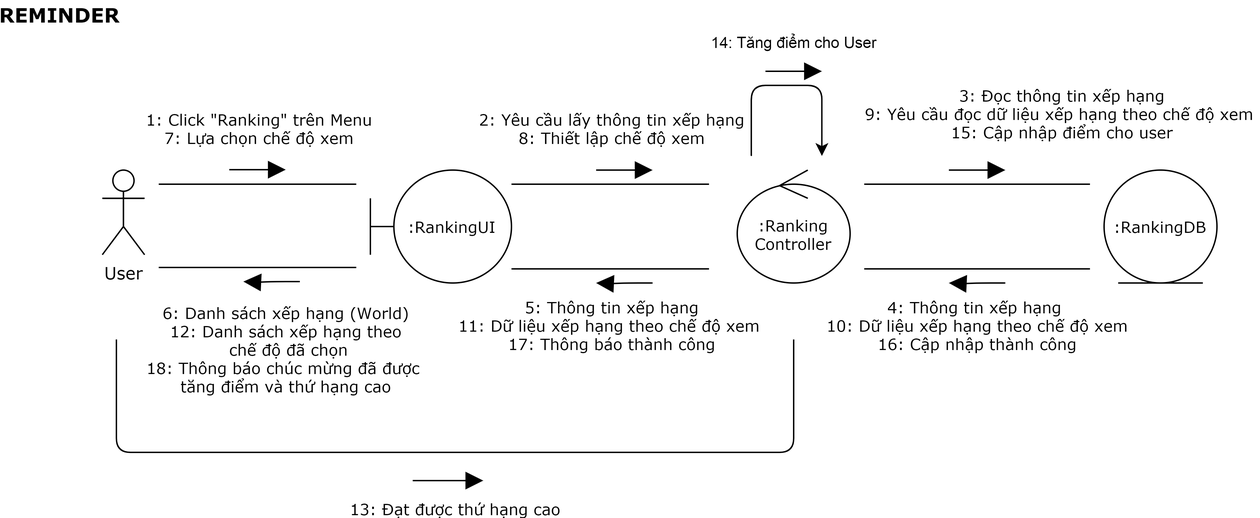
Earlier version of the draw.io export ToDoApp-Doc/Document/Diagram/Collaboration Diagram/Ranking/RankingCollaborationDiagram.png (Merevoli-DatLuu/To-Do-App). Source tidied: cells renumbered, new cells last; positions are measured from the earlier drawing's top-left corner, leaving out a move shared by most shapes. The source it was exported from:
```xml
<mxGraphModel>
  <root>
    <mxCell id="0" />
    <mxCell id="1" parent="0" />
    <mxCell id="2" value="User" style="shape=umlActor;verticalLabelPosition=bottom;verticalAlign=top;html=1;fontFamily=Verdana;" parent="1" vertex="1">
      <mxGeometry x="50" y="120" width="30" height="60" as="geometry" />
    </mxCell>
    <mxCell id="3" value=":Ranking&lt;br&gt;Controller" style="ellipse;shape=umlControl;whiteSpace=wrap;html=1;fontFamily=Verdana;fontSize=11;" parent="1" vertex="1">
      <mxGeometry x="500" y="120" width="80" height="80" as="geometry" />
    </mxCell>
    <mxCell id="4" value=":RankingUI" style="shape=umlBoundary;whiteSpace=wrap;html=1;fontFamily=Verdana;fontSize=11;" parent="1" vertex="1">
      <mxGeometry x="240" y="120" width="100" height="80" as="geometry" />
    </mxCell>
    <mxCell id="5" value="&lt;div&gt;1: Click &quot;Ranking&quot; trên Menu&lt;/div&gt;&lt;div&gt;7: Lựa chọn chế độ xem&lt;/div&gt;" style="endArrow=none;html=1;fontFamily=Verdana;fontSize=11;" parent="1" edge="1">
      <mxGeometry y="40" relative="1" as="geometry">
        <mxPoint x="90" y="130" as="sourcePoint" />
        <mxPoint x="230" y="130" as="targetPoint" />
      </mxGeometry>
    </mxCell>
    <mxCell id="6" style="endArrow=block;html=1;fontFamily=Verdana;fontSize=11;horizontal=1;verticalAlign=middle;endFill=1;jumpSize=9;rounded=1;startSize=10;endSize=10;" parent="1" edge="1">
      <mxGeometry relative="1" as="geometry">
        <mxPoint x="140" y="119.7" as="sourcePoint" />
        <mxPoint x="180" y="119.7" as="targetPoint" />
      </mxGeometry>
    </mxCell>
    <mxCell id="7" style="endArrow=block;html=1;fontFamily=Verdana;fontSize=11;horizontal=1;verticalAlign=middle;endFill=1;jumpSize=9;rounded=1;startSize=10;endSize=10;" parent="1" edge="1">
      <mxGeometry relative="1" as="geometry">
        <mxPoint x="270" y="340" as="sourcePoint" />
        <mxPoint x="320" y="340" as="targetPoint" />
        <Array as="points">
          <mxPoint x="290" y="340" />
        </Array>
      </mxGeometry>
    </mxCell>
    <mxCell id="8" value="&lt;div&gt;2: Yêu cầu lấy thông tin xếp hạng&lt;/div&gt;&lt;div&gt;8: Thiết lập chế độ xem&lt;/div&gt;" style="endArrow=none;html=1;fontFamily=Verdana;fontSize=11;" parent="1" edge="1">
      <mxGeometry y="40" relative="1" as="geometry">
        <mxPoint x="340" y="130" as="sourcePoint" />
        <mxPoint x="480" y="130" as="targetPoint" />
      </mxGeometry>
    </mxCell>
    <mxCell id="9" style="endArrow=block;html=1;fontFamily=Verdana;fontSize=11;horizontal=1;verticalAlign=middle;endFill=1;jumpSize=9;rounded=1;startSize=10;endSize=10;" parent="1" edge="1">
      <mxGeometry relative="1" as="geometry">
        <mxPoint x="400" y="120" as="sourcePoint" />
        <mxPoint x="440" y="120" as="targetPoint" />
      </mxGeometry>
    </mxCell>
    <mxCell id="10" value="13: Đạt được thứ hạng cao" style="endArrow=none;html=1;fontFamily=Verdana;fontSize=11;" parent="1" edge="1">
      <mxGeometry y="-40" relative="1" as="geometry">
        <mxPoint x="60" y="240" as="sourcePoint" />
        <mxPoint x="540" y="240" as="targetPoint" />
        <Array as="points">
          <mxPoint x="60" y="320" />
          <mxPoint x="540" y="320" />
        </Array>
      </mxGeometry>
    </mxCell>
    <mxCell id="11" value="&lt;div&gt;3: Đọc thông tin xếp hạng&lt;/div&gt;&lt;div&gt;9: Yêu cầu đọc dữ liệu xếp hạng theo chế độ xem&amp;nbsp;&lt;/div&gt;&lt;div&gt;15: Cập nhập điểm cho user&lt;/div&gt;" style="endArrow=none;html=1;fontFamily=Verdana;fontSize=11;" parent="1" edge="1">
      <mxGeometry x="0.75" y="50" relative="1" as="geometry">
        <mxPoint x="590" y="130" as="sourcePoint" />
        <mxPoint x="750" y="130" as="targetPoint" />
      </mxGeometry>
    </mxCell>
    <mxCell id="12" style="endArrow=block;html=1;fontFamily=Verdana;fontSize=11;horizontal=1;verticalAlign=middle;endFill=1;jumpSize=9;rounded=1;startSize=10;endSize=10;" parent="1" edge="1">
      <mxGeometry relative="1" as="geometry">
        <mxPoint x="650" y="120" as="sourcePoint" />
        <mxPoint x="690" y="120" as="targetPoint" />
      </mxGeometry>
    </mxCell>
    <mxCell id="13" value="&lt;div&gt;4: Thông tin xếp hạng&amp;nbsp;&lt;/div&gt;&lt;div&gt;10: Dữ liệu xếp hạng theo chế độ xem&lt;/div&gt;&lt;div&gt;16: Cập nhập thành công&lt;/div&gt;" style="endArrow=none;html=1;fontFamily=Verdana;fontSize=11;" parent="1" edge="1">
      <mxGeometry y="-40" relative="1" as="geometry">
        <mxPoint x="590" y="190" as="sourcePoint" />
        <mxPoint x="750" y="190" as="targetPoint" />
      </mxGeometry>
    </mxCell>
    <mxCell id="14" style="endArrow=block;html=1;fontFamily=Verdana;fontSize=11;horizontal=1;verticalAlign=middle;endFill=1;jumpSize=9;rounded=1;startSize=10;endSize=10;" parent="1" edge="1">
      <mxGeometry relative="1" as="geometry">
        <mxPoint x="690" y="200" as="sourcePoint" />
        <mxPoint x="650" y="200" as="targetPoint" />
        <Array as="points">
          <mxPoint x="670" y="200" />
          <mxPoint x="660" y="200.5" />
        </Array>
      </mxGeometry>
    </mxCell>
    <mxCell id="15" value="&lt;font face=&quot;Verdana&quot; style=&quot;font-size: 14px&quot;&gt;REMINDER&lt;/font&gt;" style="text;html=1;strokeColor=none;fillColor=none;align=center;verticalAlign=middle;whiteSpace=wrap;rounded=0;fontStyle=1;" parent="1" vertex="1">
      <mxGeometry width="40" height="20" as="geometry" />
    </mxCell>
    <mxCell id="16" value="&lt;div&gt;5: Thông tin xếp hạng&lt;/div&gt;&lt;div&gt;11: Dữ liệu xếp hạng theo chế độ xem&amp;nbsp;&lt;/div&gt;&lt;div&gt;17: Thông báo thành công&lt;/div&gt;" style="endArrow=none;html=1;fontFamily=Verdana;fontSize=11;" parent="1" edge="1">
      <mxGeometry y="-40" relative="1" as="geometry">
        <mxPoint x="340" y="190" as="sourcePoint" />
        <mxPoint x="480" y="190" as="targetPoint" />
      </mxGeometry>
    </mxCell>
    <mxCell id="17" style="endArrow=block;html=1;fontFamily=Verdana;fontSize=11;horizontal=1;verticalAlign=middle;endFill=1;jumpSize=9;rounded=1;startSize=10;endSize=10;" parent="1" edge="1">
      <mxGeometry relative="1" as="geometry">
        <mxPoint x="440" y="200" as="sourcePoint" />
        <mxPoint x="400" y="200" as="targetPoint" />
        <Array as="points">
          <mxPoint x="420" y="200" />
          <mxPoint x="410" y="200.5" />
        </Array>
      </mxGeometry>
    </mxCell>
    <mxCell id="18" value="&lt;font style=&quot;font-size: 11px&quot;&gt;:RankingDB&lt;/font&gt;" style="ellipse;shape=umlEntity;whiteSpace=wrap;html=1;fontFamily=Verdana;" parent="1" vertex="1">
      <mxGeometry x="760" y="120" width="80" height="80" as="geometry" />
    </mxCell>
    <mxCell id="19" value="&lt;div&gt;&lt;br&gt;&lt;/div&gt;&lt;div&gt;6: Danh sách xếp hạng (World)&lt;/div&gt;&lt;div&gt;12: Danh sách xếp hạng theo&lt;/div&gt;&lt;div&gt;&amp;nbsp;chế độ đã chọn&lt;/div&gt;&lt;div&gt;18: Thông báo chúc mừng đã được&amp;nbsp;&lt;/div&gt;&lt;div&gt;tăng điểm và thứ hạng cao&lt;/div&gt;" style="endArrow=none;html=1;fontFamily=Verdana;fontSize=11;" parent="1" edge="1">
      <mxGeometry x="0.29" y="-51" relative="1" as="geometry">
        <mxPoint x="90" y="189" as="sourcePoint" />
        <mxPoint x="230" y="189" as="targetPoint" />
        <mxPoint x="1" as="offset" />
      </mxGeometry>
    </mxCell>
    <mxCell id="20" style="endArrow=block;html=1;fontFamily=Verdana;fontSize=11;horizontal=1;verticalAlign=middle;endFill=1;jumpSize=9;rounded=1;startSize=10;endSize=10;" parent="1" edge="1">
      <mxGeometry relative="1" as="geometry">
        <mxPoint x="190" y="199" as="sourcePoint" />
        <mxPoint x="150" y="199" as="targetPoint" />
        <Array as="points">
          <mxPoint x="170" y="199" />
          <mxPoint x="160" y="199.5" />
        </Array>
      </mxGeometry>
    </mxCell>
    <mxCell id="21" value="14: Tăng điểm cho User" style="endArrow=classic;html=1;" parent="1" edge="1">
      <mxGeometry x="0.07" y="30" relative="1" as="geometry">
        <mxPoint x="510" y="110" as="sourcePoint" />
        <mxPoint x="560" y="110" as="targetPoint" />
        <Array as="points">
          <mxPoint x="510" y="60" />
          <mxPoint x="560" y="60" />
        </Array>
      </mxGeometry>
    </mxCell>
    <mxCell id="22" style="endArrow=block;html=1;fontFamily=Verdana;fontSize=11;horizontal=1;verticalAlign=middle;endFill=1;jumpSize=9;rounded=1;startSize=10;endSize=10;" parent="1" edge="1">
      <mxGeometry relative="1" as="geometry">
        <mxPoint x="520" y="50" as="sourcePoint" />
        <mxPoint x="560" y="50" as="targetPoint" />
      </mxGeometry>
    </mxCell>
  </root>
</mxGraphModel>
```
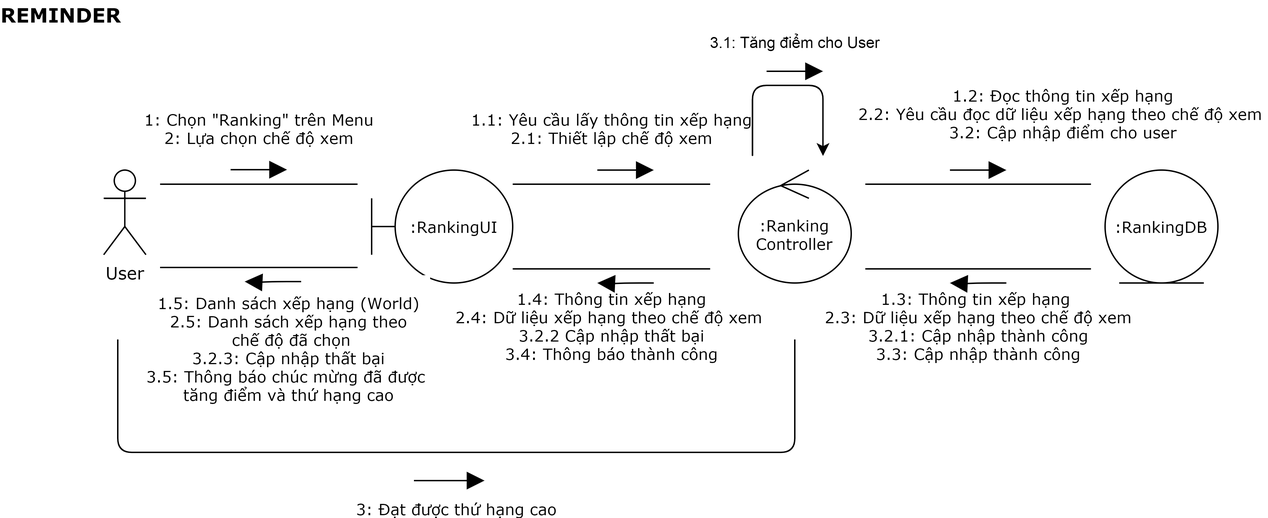
The same file after the commit.

Commit message:
[Modified] Ranking Collaboration Diagram

The edit, as a diff of the source:
```diff
@@ -11,7 +11,7 @@
     <mxCell id="4" value=":RankingUI" style="shape=umlBoundary;whiteSpace=wrap;html=1;fontFamily=Verdana;fontSize=11;" parent="1" vertex="1">
       <mxGeometry x="240" y="120" width="100" height="80" as="geometry" />
     </mxCell>
-    <mxCell id="5" value="&lt;div&gt;1: Click &quot;Ranking&quot; trên Menu&lt;/div&gt;&lt;div&gt;7: Lựa chọn chế độ xem&lt;/div&gt;" style="endArrow=none;html=1;fontFamily=Verdana;fontSize=11;" parent="1" edge="1">
+    <mxCell id="5" value="&lt;div&gt;1: Chọn &quot;Ranking&quot; trên Menu&lt;/div&gt;&lt;div&gt;2: Lựa chọn chế độ xem&lt;/div&gt;" style="endArrow=none;html=1;fontFamily=Verdana;fontSize=11;" parent="1" edge="1">
       <mxGeometry y="40" relative="1" as="geometry">
         <mxPoint x="90" y="130" as="sourcePoint" />
         <mxPoint x="230" y="130" as="targetPoint" />
@@ -32,7 +32,7 @@
         </Array>
       </mxGeometry>
     </mxCell>
-    <mxCell id="8" value="&lt;div&gt;2: Yêu cầu lấy thông tin xếp hạng&lt;/div&gt;&lt;div&gt;8: Thiết lập chế độ xem&lt;/div&gt;" style="endArrow=none;html=1;fontFamily=Verdana;fontSize=11;" parent="1" edge="1">
+    <mxCell id="8" value="&lt;div&gt;1.1: Yêu cầu lấy thông tin xếp hạng&lt;/div&gt;&lt;div&gt;2.1: Thiết lập chế độ xem&lt;/div&gt;" style="endArrow=none;html=1;fontFamily=Verdana;fontSize=11;" parent="1" edge="1">
       <mxGeometry y="40" relative="1" as="geometry">
         <mxPoint x="340" y="130" as="sourcePoint" />
         <mxPoint x="480" y="130" as="targetPoint" />
@@ -44,7 +44,7 @@
         <mxPoint x="440" y="120" as="targetPoint" />
       </mxGeometry>
     </mxCell>
-    <mxCell id="10" value="13: Đạt được thứ hạng cao" style="endArrow=none;html=1;fontFamily=Verdana;fontSize=11;" parent="1" edge="1">
+    <mxCell id="10" value="3: Đạt được thứ hạng cao" style="endArrow=none;html=1;fontFamily=Verdana;fontSize=11;" parent="1" edge="1">
       <mxGeometry y="-40" relative="1" as="geometry">
         <mxPoint x="60" y="240" as="sourcePoint" />
         <mxPoint x="540" y="240" as="targetPoint" />
@@ -54,7 +54,7 @@
         </Array>
       </mxGeometry>
     </mxCell>
-    <mxCell id="11" value="&lt;div&gt;3: Đọc thông tin xếp hạng&lt;/div&gt;&lt;div&gt;9: Yêu cầu đọc dữ liệu xếp hạng theo chế độ xem&amp;nbsp;&lt;/div&gt;&lt;div&gt;15: Cập nhập điểm cho user&lt;/div&gt;" style="endArrow=none;html=1;fontFamily=Verdana;fontSize=11;" parent="1" edge="1">
+    <mxCell id="11" value="&lt;div&gt;1.2: Đọc thông tin xếp hạng&lt;/div&gt;&lt;div&gt;2.2: Yêu cầu đọc dữ liệu xếp hạng theo chế độ xem&amp;nbsp;&lt;/div&gt;&lt;div&gt;3.2: Cập nhập điểm cho user&lt;/div&gt;" style="endArrow=none;html=1;fontFamily=Verdana;fontSize=11;" parent="1" edge="1">
       <mxGeometry x="0.75" y="50" relative="1" as="geometry">
         <mxPoint x="590" y="130" as="sourcePoint" />
         <mxPoint x="750" y="130" as="targetPoint" />
@@ -66,7 +66,7 @@
         <mxPoint x="690" y="120" as="targetPoint" />
       </mxGeometry>
     </mxCell>
-    <mxCell id="13" value="&lt;div&gt;4: Thông tin xếp hạng&amp;nbsp;&lt;/div&gt;&lt;div&gt;10: Dữ liệu xếp hạng theo chế độ xem&lt;/div&gt;&lt;div&gt;16: Cập nhập thành công&lt;/div&gt;" style="endArrow=none;html=1;fontFamily=Verdana;fontSize=11;" parent="1" edge="1">
+    <mxCell id="13" value="&lt;div&gt;1.3: Thông tin xếp hạng&amp;nbsp;&lt;/div&gt;&lt;div&gt;2.3: Dữ liệu xếp hạng theo chế độ xem&lt;/div&gt;&lt;div&gt;3.2.1: Cập nhập thành công&lt;/div&gt;&lt;div&gt;3.3: Cập nhập thành công&lt;/div&gt;" style="endArrow=none;html=1;fontFamily=Verdana;fontSize=11;" parent="1" edge="1">
       <mxGeometry y="-40" relative="1" as="geometry">
         <mxPoint x="590" y="190" as="sourcePoint" />
         <mxPoint x="750" y="190" as="targetPoint" />
@@ -85,7 +85,7 @@
     <mxCell id="15" value="&lt;font face=&quot;Verdana&quot; style=&quot;font-size: 14px&quot;&gt;REMINDER&lt;/font&gt;" style="text;html=1;strokeColor=none;fillColor=none;align=center;verticalAlign=middle;whiteSpace=wrap;rounded=0;fontStyle=1;" parent="1" vertex="1">
       <mxGeometry width="40" height="20" as="geometry" />
     </mxCell>
-    <mxCell id="16" value="&lt;div&gt;5: Thông tin xếp hạng&lt;/div&gt;&lt;div&gt;11: Dữ liệu xếp hạng theo chế độ xem&amp;nbsp;&lt;/div&gt;&lt;div&gt;17: Thông báo thành công&lt;/div&gt;" style="endArrow=none;html=1;fontFamily=Verdana;fontSize=11;" parent="1" edge="1">
+    <mxCell id="16" value="&lt;div&gt;1.4: Thông tin xếp hạng&lt;/div&gt;&lt;div&gt;2.4: Dữ liệu xếp hạng theo chế độ xem&amp;nbsp;&lt;/div&gt;&lt;div&gt;3.2.2 Cập nhập thất bại&lt;/div&gt;&lt;div&gt;3.4: Thông báo thành công&lt;/div&gt;" style="endArrow=none;html=1;fontFamily=Verdana;fontSize=11;" parent="1" edge="1">
       <mxGeometry y="-40" relative="1" as="geometry">
         <mxPoint x="340" y="190" as="sourcePoint" />
         <mxPoint x="480" y="190" as="targetPoint" />
@@ -104,7 +104,7 @@
     <mxCell id="18" value="&lt;font style=&quot;font-size: 11px&quot;&gt;:RankingDB&lt;/font&gt;" style="ellipse;shape=umlEntity;whiteSpace=wrap;html=1;fontFamily=Verdana;" parent="1" vertex="1">
       <mxGeometry x="760" y="120" width="80" height="80" as="geometry" />
     </mxCell>
-    <mxCell id="19" value="&lt;div&gt;&lt;br&gt;&lt;/div&gt;&lt;div&gt;6: Danh sách xếp hạng (World)&lt;/div&gt;&lt;div&gt;12: Danh sách xếp hạng theo&lt;/div&gt;&lt;div&gt;&amp;nbsp;chế độ đã chọn&lt;/div&gt;&lt;div&gt;18: Thông báo chúc mừng đã được&amp;nbsp;&lt;/div&gt;&lt;div&gt;tăng điểm và thứ hạng cao&lt;/div&gt;" style="endArrow=none;html=1;fontFamily=Verdana;fontSize=11;" parent="1" edge="1">
+    <mxCell id="19" value="&lt;div&gt;&lt;br&gt;&lt;/div&gt;&lt;div&gt;1.5: Danh sách xếp hạng (World)&lt;/div&gt;&lt;div&gt;2.5: Danh sách xếp hạng theo&lt;/div&gt;&lt;div&gt;&amp;nbsp;chế độ đã chọn&lt;/div&gt;&lt;div&gt;3.2.3: Cập nhập thất bại&lt;/div&gt;&lt;div&gt;3.5: Thông báo chúc mừng đã được&amp;nbsp;&lt;/div&gt;&lt;div&gt;tăng điểm và thứ hạng cao&lt;/div&gt;" style="endArrow=none;html=1;fontFamily=Verdana;fontSize=11;" parent="1" edge="1">
       <mxGeometry x="0.29" y="-51" relative="1" as="geometry">
         <mxPoint x="90" y="189" as="sourcePoint" />
         <mxPoint x="230" y="189" as="targetPoint" />
@@ -121,7 +121,7 @@
         </Array>
       </mxGeometry>
     </mxCell>
-    <mxCell id="21" value="14: Tăng điểm cho User" style="endArrow=classic;html=1;" parent="1" edge="1">
+    <mxCell id="21" value="3.1: Tăng điểm cho User" style="endArrow=classic;html=1;" parent="1" edge="1">
       <mxGeometry x="0.07" y="30" relative="1" as="geometry">
         <mxPoint x="510" y="110" as="sourcePoint" />
         <mxPoint x="560" y="110" as="targetPoint" />
```
